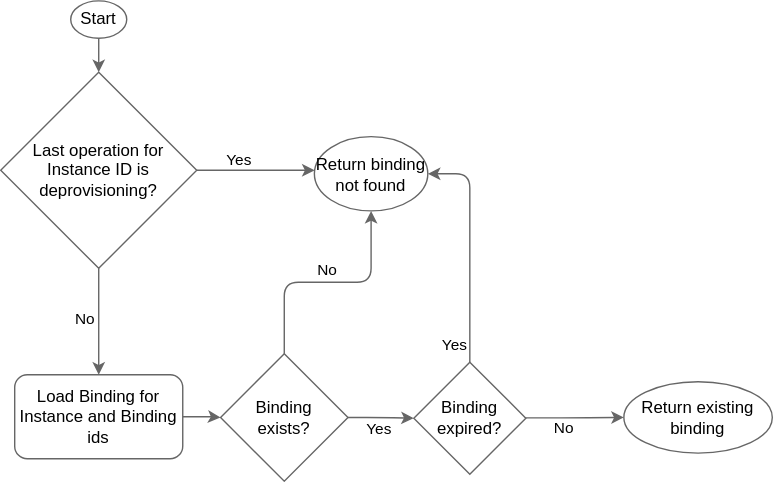
The draw.io diagram docs/assets/bindings-get-flow.drawio.svg in kyma-project/kyma-environment-broker, before a commit. Source tidied: cells renumbered, new cells last; positions are measured from the earlier drawing's top-left corner, leaving out a move shared by most shapes.
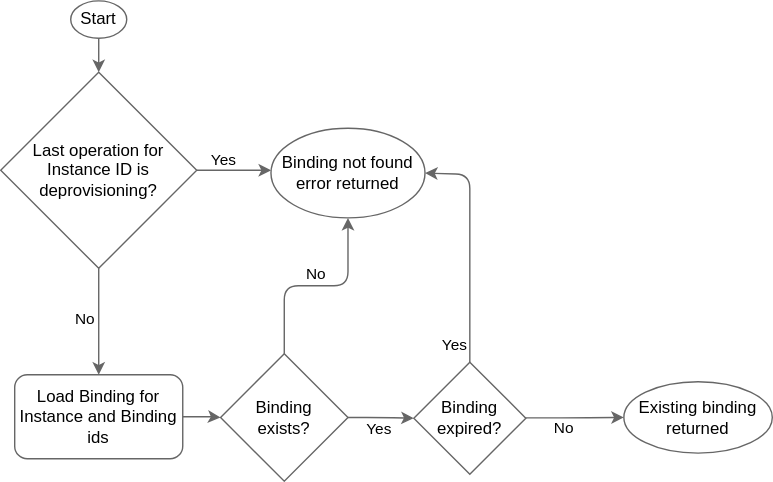
Later version of the same file.

What changed in the source:
```diff
@@ -55,11 +55,11 @@
     <mxCell id="15" value="Binding expired?" style="rhombus;whiteSpace=wrap;html=1;strokeColor=#666666;fillColor=#ffffff;fontColor=#000000;" parent="1" vertex="1">
       <mxGeometry x="455" y="258" width="80" height="80" as="geometry" />
     </mxCell>
-    <mxCell id="16" value="Return existing binding" style="ellipse;whiteSpace=wrap;html=1;strokeColor=#666666;fillColor=#ffffff;fontColor=#000000;" parent="1" vertex="1">
+    <mxCell id="16" value="Existing binding returned" style="ellipse;whiteSpace=wrap;html=1;strokeColor=#666666;fillColor=#ffffff;fontColor=#000000;" parent="1" vertex="1">
       <mxGeometry x="605" y="272" width="106" height="51" as="geometry" />
     </mxCell>
-    <mxCell id="17" value="Return binding not found" style="ellipse;whiteSpace=wrap;html=1;strokeColor=#666666;fillColor=#ffffff;fontColor=#000000;" parent="1" vertex="1">
-      <mxGeometry x="384" y="97" width="81" height="53" as="geometry" />
+    <mxCell id="17" value="Binding not found error returned" style="ellipse;whiteSpace=wrap;html=1;strokeColor=#666666;fillColor=#ffffff;fontColor=#000000;" parent="1" vertex="1">
+      <mxGeometry x="353" y="91" width="110" height="64" as="geometry" />
     </mxCell>
   </root>
 </mxGraphModel>
```
